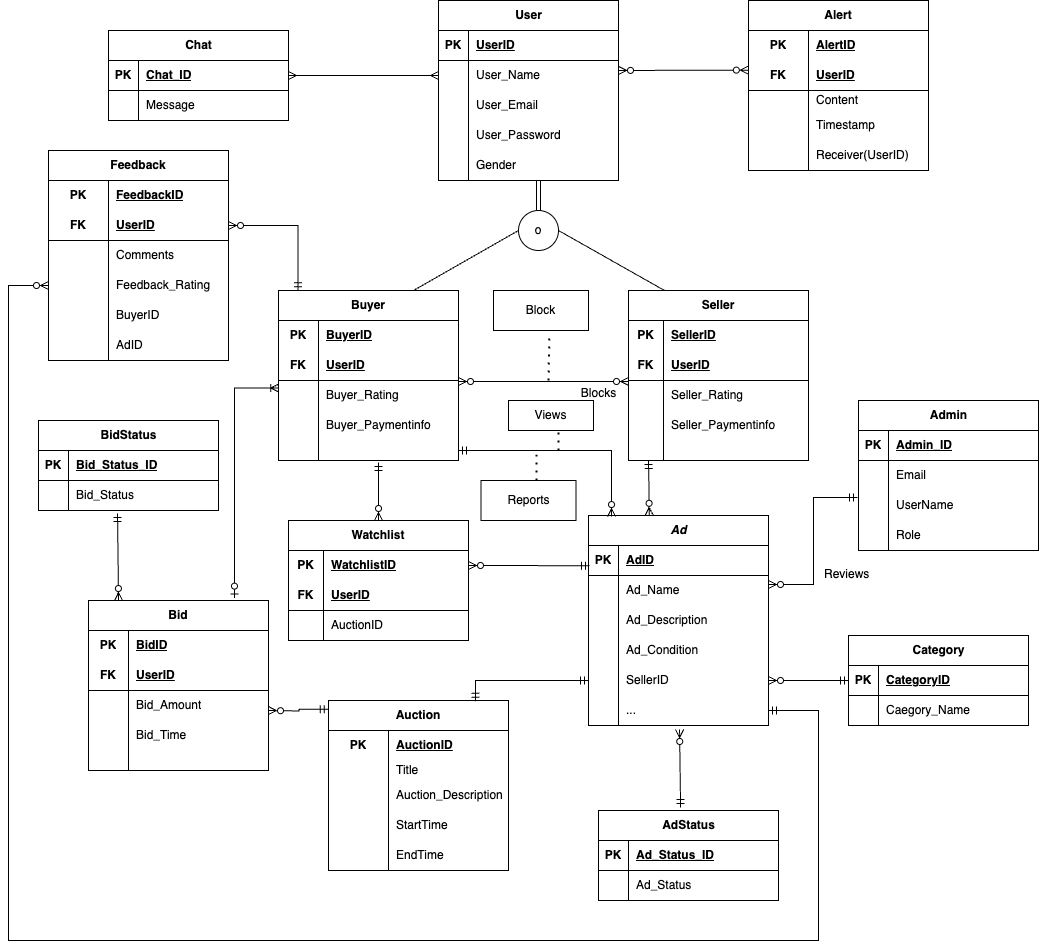
Before: P2 Database Design, Initial ERD.png, a diagram exported from draw.io (rohithreddykota/bidding-system). Source tidied: cells renumbered, new cells last; positions are measured from the earlier drawing's top-left corner, leaving out a move shared by most shapes.
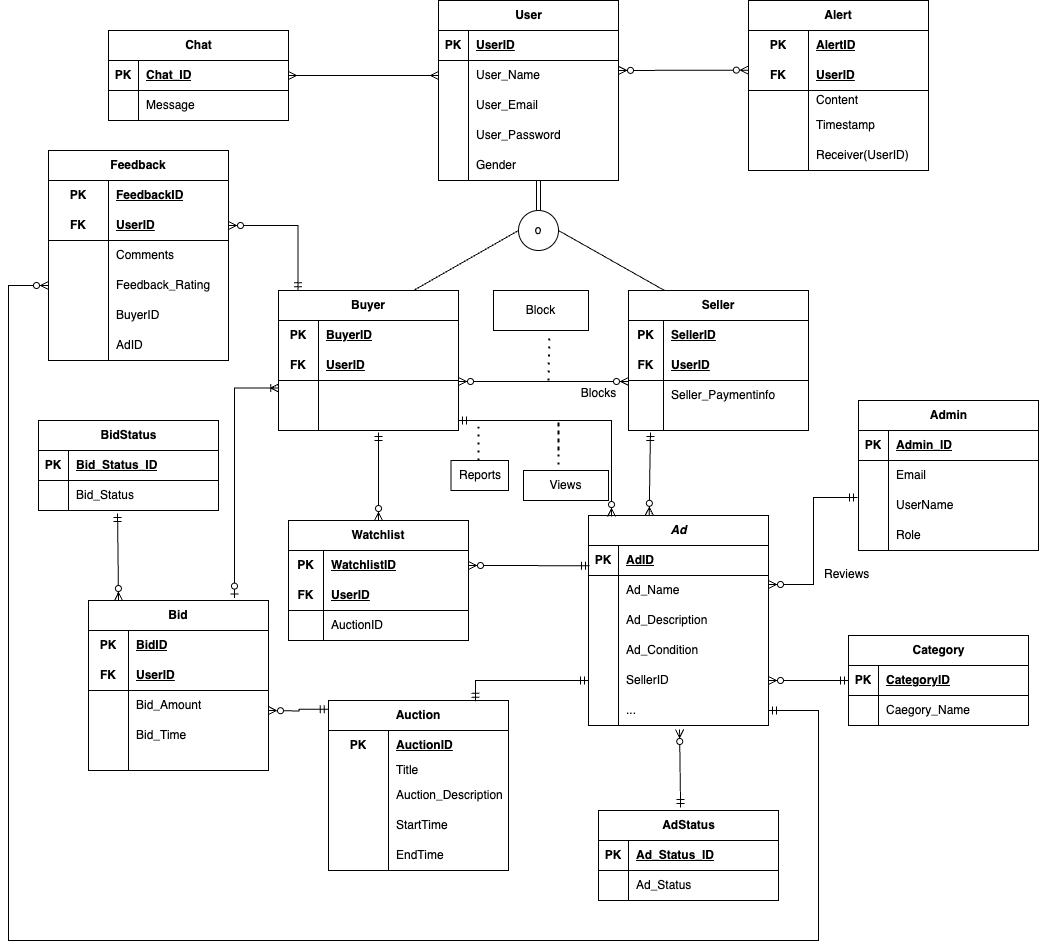
The same diagram one commit later.

The edit, as a diff of the source:
```diff
@@ -5,10 +5,8 @@
     <mxCell id="2" style="edgeStyle=entityRelationEdgeStyle;fontSize=12;html=1;endArrow=ERzeroToMany;endFill=1;startArrow=ERzeroToMany;rounded=0;exitX=1;exitY=0.33;exitDx=0;exitDy=0;exitPerimeter=0;entryX=-0.001;entryY=0.321;entryDx=0;entryDy=0;entryPerimeter=0;" parent="1" edge="1" source="12" target="28">
       <mxGeometry relative="1" as="geometry" />
     </mxCell>
-    <mxCell id="3" style="edgeStyle=orthogonalEdgeStyle;fontSize=12;html=1;endArrow=ERzeroToMany;startArrow=ERmandOne;rounded=0;entryX=0.337;entryY=-0.001;entryDx=0;entryDy=0;exitX=0.5;exitY=1;exitDx=0;exitDy=0;entryPerimeter=0;" parent="1" edge="1" target="117">
-      <mxGeometry relative="1" as="geometry">
-        <mxPoint x="640" y="460" as="sourcePoint" />
-      </mxGeometry>
+    <mxCell id="3" style="fontSize=12;html=1;endArrow=ERzeroToMany;startArrow=ERmandOne;rounded=0;entryX=0.337;entryY=-0.001;entryDx=0;entryDy=0;exitX=0.122;exitY=1.1;exitDx=0;exitDy=0;entryPerimeter=0;exitPerimeter=0;" parent="1" edge="1" source="53" target="117">
+      <mxGeometry relative="1" as="geometry" />
     </mxCell>
     <mxCell id="4" style="edgeStyle=orthogonalEdgeStyle;fontSize=12;html=1;endArrow=ERzeroToMany;startArrow=ERmandOne;rounded=0;entryX=1;entryY=0.5;entryDx=0;entryDy=0;exitX=-0.002;exitY=0.052;exitDx=0;exitDy=0;exitPerimeter=0;" parent="1" edge="1" source="143">
       <mxGeometry relative="1" as="geometry">
@@ -125,7 +123,7 @@
       <mxGeometry x="60" width="120" height="30" as="geometry" />
     </mxCell>
     <mxCell id="40" value="Seller" style="shape=table;startSize=30;rowLines=0;fontStyle=1;align=center;html=1;whiteSpace=wrap;spacingRight=0;" parent="1" vertex="1">
-      <mxGeometry x="620" y="290" width="180" height="170" as="geometry" />
+      <mxGeometry x="620" y="290" width="180" height="140" as="geometry" />
     </mxCell>
     <mxCell id="41" style="shape=tableRow;horizontal=0;startSize=0;swimlaneHead=0;swimlaneBody=0;fillColor=none;top=0;left=0;right=0;bottom=0;html=1;" parent="40" vertex="1">
       <mxGeometry y="30" width="180" height="30" as="geometry" />
@@ -145,17 +143,8 @@
     <mxCell id="46" value="UserID" style="shape=partialRectangle;fillColor=none;top=0;left=0;bottom=0;right=0;align=left;spacingLeft=6;fontStyle=5;overflow=hidden;html=1;whiteSpace=wrap;" parent="44" vertex="1">
       <mxGeometry x="35" width="145" height="30" as="geometry" />
     </mxCell>
-    <mxCell id="47" style="shape=tableRow;horizontal=0;startSize=0;swimlaneHead=0;swimlaneBody=0;fillColor=none;top=0;left=0;right=0;bottom=0;html=1;" parent="40" vertex="1">
-      <mxGeometry y="90" width="180" height="30" as="geometry" />
-    </mxCell>
-    <mxCell id="48" style="shape=partialRectangle;fillColor=none;top=0;left=0;bottom=0;right=0;overflow=hidden;html=1;whiteSpace=wrap;" parent="47" vertex="1">
-      <mxGeometry width="35" height="30" as="geometry" />
-    </mxCell>
-    <mxCell id="49" value="Seller_Rating" style="shape=partialRectangle;fillColor=none;top=0;left=0;bottom=0;right=0;align=left;spacingLeft=6;overflow=hidden;html=1;whiteSpace=wrap;" parent="47" vertex="1">
-      <mxGeometry x="35" width="145" height="30" as="geometry" />
-    </mxCell>
     <mxCell id="50" style="shape=tableRow;horizontal=0;startSize=0;swimlaneHead=0;swimlaneBody=0;fillColor=none;top=0;left=0;right=0;bottom=0;html=1;" parent="40" vertex="1">
-      <mxGeometry y="120" width="180" height="30" as="geometry" />
+      <mxGeometry y="90" width="180" height="30" as="geometry" />
     </mxCell>
     <mxCell id="51" style="shape=partialRectangle;fillColor=none;top=0;left=0;bottom=0;right=0;overflow=hidden;html=1;whiteSpace=wrap;" parent="50" vertex="1">
       <mxGeometry width="35" height="30" as="geometry" />
@@ -164,7 +153,7 @@
       <mxGeometry x="35" width="145" height="30" as="geometry" />
     </mxCell>
     <mxCell id="53" style="shape=tableRow;horizontal=0;startSize=0;swimlaneHead=0;swimlaneBody=0;fillColor=none;points=[[0,0.5],[1,0.5]];portConstraint=eastwest;top=0;left=0;right=0;bottom=0;html=1;" parent="40" vertex="1">
-      <mxGeometry y="150" width="180" height="20" as="geometry" />
+      <mxGeometry y="120" width="180" height="20" as="geometry" />
     </mxCell>
     <mxCell id="54" style="shape=partialRectangle;fillColor=none;top=0;left=0;bottom=0;right=0;overflow=hidden;html=1;whiteSpace=wrap;" parent="53" vertex="1">
       <mxGeometry width="35" height="20" as="geometry" />
@@ -173,7 +162,7 @@
       <mxGeometry x="35" width="145" height="20" as="geometry" />
     </mxCell>
     <mxCell id="56" value="Buyer" style="shape=table;startSize=30;rowLines=0;fontStyle=1;align=center;html=1;whiteSpace=wrap;spacingRight=0;" parent="1" vertex="1">
-      <mxGeometry x="270" y="290" width="180" height="170" as="geometry" />
+      <mxGeometry x="270" y="290" width="180" height="140" as="geometry" />
     </mxCell>
     <mxCell id="57" style="shape=tableRow;horizontal=0;startSize=0;swimlaneHead=0;swimlaneBody=0;fillColor=none;top=0;left=0;right=0;bottom=0;html=1;" parent="56" vertex="1">
       <mxGeometry y="30" width="180" height="30" as="geometry" />
@@ -199,20 +188,11 @@
     <mxCell id="64" style="shape=partialRectangle;fillColor=none;top=0;left=0;bottom=0;right=0;overflow=hidden;html=1;whiteSpace=wrap;" parent="63" vertex="1">
       <mxGeometry width="40" height="30" as="geometry" />
     </mxCell>
-    <mxCell id="65" value="Buyer_Rating" style="shape=partialRectangle;fillColor=none;top=0;left=0;bottom=0;right=0;align=left;spacingLeft=6;overflow=hidden;html=1;whiteSpace=wrap;" parent="63" vertex="1">
+    <mxCell id="65" style="shape=partialRectangle;fillColor=none;top=0;left=0;bottom=0;right=0;align=left;spacingLeft=6;overflow=hidden;html=1;whiteSpace=wrap;" parent="63" vertex="1">
       <mxGeometry x="40" width="140" height="30" as="geometry" />
     </mxCell>
-    <mxCell id="66" style="shape=tableRow;horizontal=0;startSize=0;swimlaneHead=0;swimlaneBody=0;fillColor=none;top=0;left=0;right=0;bottom=0;html=1;" parent="56" vertex="1">
-      <mxGeometry y="120" width="180" height="30" as="geometry" />
-    </mxCell>
-    <mxCell id="67" style="shape=partialRectangle;fillColor=none;top=0;left=0;bottom=0;right=0;overflow=hidden;html=1;whiteSpace=wrap;" parent="66" vertex="1">
-      <mxGeometry width="40" height="30" as="geometry" />
-    </mxCell>
-    <mxCell id="68" value="Buyer_Paymentinfo" style="shape=partialRectangle;fillColor=none;top=0;left=0;bottom=0;right=0;align=left;spacingLeft=6;overflow=hidden;html=1;whiteSpace=wrap;" parent="66" vertex="1">
-      <mxGeometry x="40" width="140" height="30" as="geometry" />
-    </mxCell>
     <mxCell id="69" style="shape=tableRow;horizontal=0;startSize=0;swimlaneHead=0;swimlaneBody=0;fillColor=none;points=[[0,0.5],[1,0.5]];portConstraint=eastwest;top=0;left=0;right=0;bottom=0;html=1;" parent="56" vertex="1">
-      <mxGeometry y="150" width="180" height="20" as="geometry" />
+      <mxGeometry y="120" width="180" height="20" as="geometry" />
     </mxCell>
     <mxCell id="70" style="shape=partialRectangle;fillColor=none;top=0;left=0;bottom=0;right=0;overflow=hidden;html=1;whiteSpace=wrap;" parent="69" vertex="1">
       <mxGeometry width="40" height="20" as="geometry" />
@@ -634,12 +614,12 @@
       </mxGeometry>
     </mxCell>
     <mxCell id="207" value="Reports" style="rounded=0;whiteSpace=wrap;html=1;" parent="1" vertex="1">
-      <mxGeometry x="472.5" y="480" width="95" height="40" as="geometry" />
+      <mxGeometry x="442.5" y="460" width="57.5" height="30" as="geometry" />
     </mxCell>
     <mxCell id="208" style="endArrow=none;dashed=1;html=1;dashPattern=1 3;strokeWidth=2;rounded=0;" parent="1" edge="1">
       <mxGeometry relative="1" as="geometry">
-        <mxPoint x="528" y="480" as="sourcePoint" />
-        <mxPoint x="528" y="450" as="targetPoint" />
+        <mxPoint x="470" y="460" as="sourcePoint" />
+        <mxPoint x="470" y="420" as="targetPoint" />
       </mxGeometry>
     </mxCell>
     <mxCell id="209" style="edgeStyle=orthogonalEdgeStyle;fontSize=12;html=1;endArrow=ERzeroToMany;startArrow=ERmandOne;rounded=0;exitX=-0.006;exitY=0.233;exitDx=0;exitDy=0;exitPerimeter=0;entryX=1;entryY=0.3;entryDx=0;entryDy=0;entryPerimeter=0;" parent="1" edge="1" source="198" target="121">
@@ -662,11 +642,16 @@
       </mxGeometry>
     </mxCell>
     <mxCell id="213" value="Views" style="rounded=0;whiteSpace=wrap;html=1;" parent="1" vertex="1">
-      <mxGeometry x="500" y="400" width="85" height="30" as="geometry" />
+      <mxGeometry x="515" y="470" width="85" height="30" as="geometry" />
     </mxCell>
-    <mxCell id="214" style="endArrow=none;dashed=1;html=1;dashPattern=1 3;strokeWidth=2;rounded=0;entryX=0.589;entryY=1.05;entryDx=0;entryDy=0;entryPerimeter=0;" parent="1" edge="1" target="213">
+    <mxCell id="214" style="endArrow=none;dashed=1;html=1;dashPattern=1 3;strokeWidth=2;rounded=0;" parent="1" edge="1">
       <mxGeometry relative="1" as="geometry">
         <mxPoint x="550" y="450" as="sourcePoint" />
+        <mxPoint x="550" y="470" as="targetPoint" />
+        <Array as="points">
+          <mxPoint x="550" y="420" />
+          <mxPoint x="550" y="450" />
+        </Array>
       </mxGeometry>
     </mxCell>
   </root>
```
